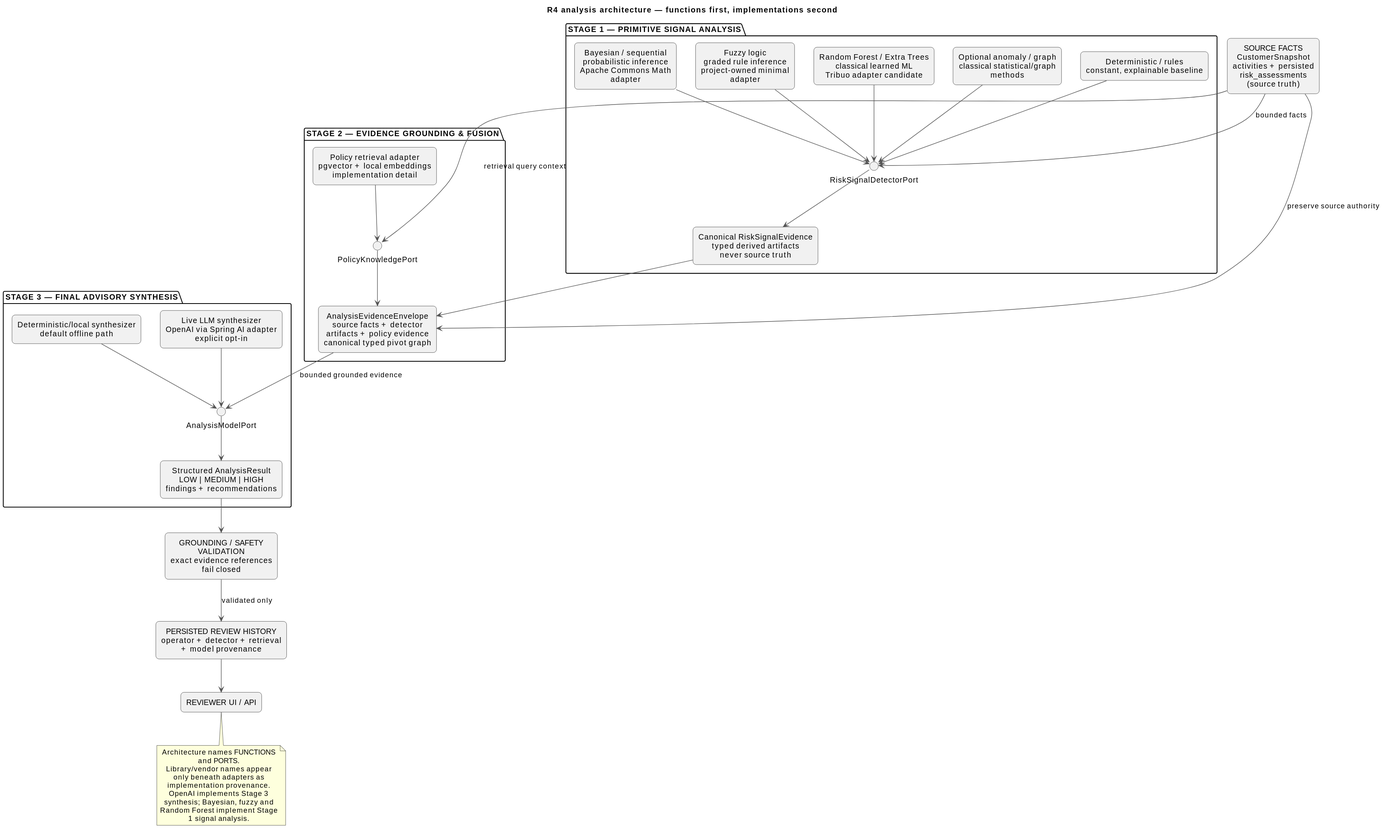
Above: docs/assignment/SDD/diagrams/analysis-functional-stages.svg in jdoe-dev-159753/specgraph-reference-app (PlantUML), before the change. Source of this version:
```plantuml
@startuml
skinparam shadowing false
skinparam componentStyle rectangle
skinparam defaultTextAlignment center
skinparam wrapWidth 220
skinparam maxMessageSize 160
skinparam ArrowColor #555555
skinparam rectangle {
  RoundCorner 12
}

title R4 analysis architecture — functions first, implementations second

rectangle "SOURCE FACTS\nCustomerSnapshot\nactivities + persisted risk_assessments\n(source truth)" as source

package "STAGE 1 — PRIMITIVE SIGNAL ANALYSIS" as stage1 {
  interface "RiskSignalDetectorPort" as detectorPort
  rectangle "Deterministic / rules\nconstant, explainable baseline" as rules
  rectangle "Bayesian / sequential\nprobabilistic inference\nApache Commons Math adapter" as bayes
  rectangle "Fuzzy logic\ngraded rule inference\nproject-owned minimal adapter" as fuzzy
  rectangle "Random Forest / Extra Trees\nclassical learned ML\nTribuo adapter candidate" as forest
  rectangle "Optional anomaly / graph\nclassical statistical/graph methods" as anomaly
  rectangle "Canonical RiskSignalEvidence\ntyped derived artifacts\nnever source truth" as signals

  rules --> detectorPort
  bayes --> detectorPort
  fuzzy --> detectorPort
  forest --> detectorPort
  anomaly --> detectorPort
  detectorPort --> signals
}

package "STAGE 2 — EVIDENCE GROUNDING & FUSION" as stage2 {
  interface "PolicyKnowledgePort" as policyPort
  rectangle "Policy retrieval adapter\npgvector + local embeddings\nimplementation detail" as retrieval
  rectangle "AnalysisEvidenceEnvelope\nsource facts + detector artifacts + policy evidence\ncanonical typed pivot graph" as envelope

  retrieval --> policyPort
  policyPort --> envelope
}

package "STAGE 3 — FINAL ADVISORY SYNTHESIS" as stage3 {
  interface "AnalysisModelPort" as modelPort
  rectangle "Deterministic/local synthesizer\ndefault offline path" as deterministicModel
  rectangle "Live LLM synthesizer\nOpenAI via Spring AI adapter\nexplicit opt-in" as openai
  rectangle "Structured AnalysisResult\nLOW | MEDIUM | HIGH\nfindings + recommendations" as result

  deterministicModel --> modelPort
  openai --> modelPort
  modelPort --> result
}

rectangle "GROUNDING / SAFETY VALIDATION\nexact evidence references\nfail closed" as validator
rectangle "PERSISTED REVIEW HISTORY\noperator + detector + retrieval + model provenance" as history
rectangle "REVIEWER UI / API" as reviewer

source --> detectorPort : bounded facts
source --> envelope : preserve source authority
signals --> envelope
source --> policyPort : retrieval query context
envelope --> modelPort : bounded grounded evidence
result --> validator
validator --> history : validated only
history --> reviewer

note bottom
Architecture names FUNCTIONS and PORTS.
Library/vendor names appear only beneath adapters as implementation provenance.
OpenAI implements Stage 3 synthesis; Bayesian, fuzzy and Random Forest implement Stage 1 signal analysis.
end note
@enduml
```
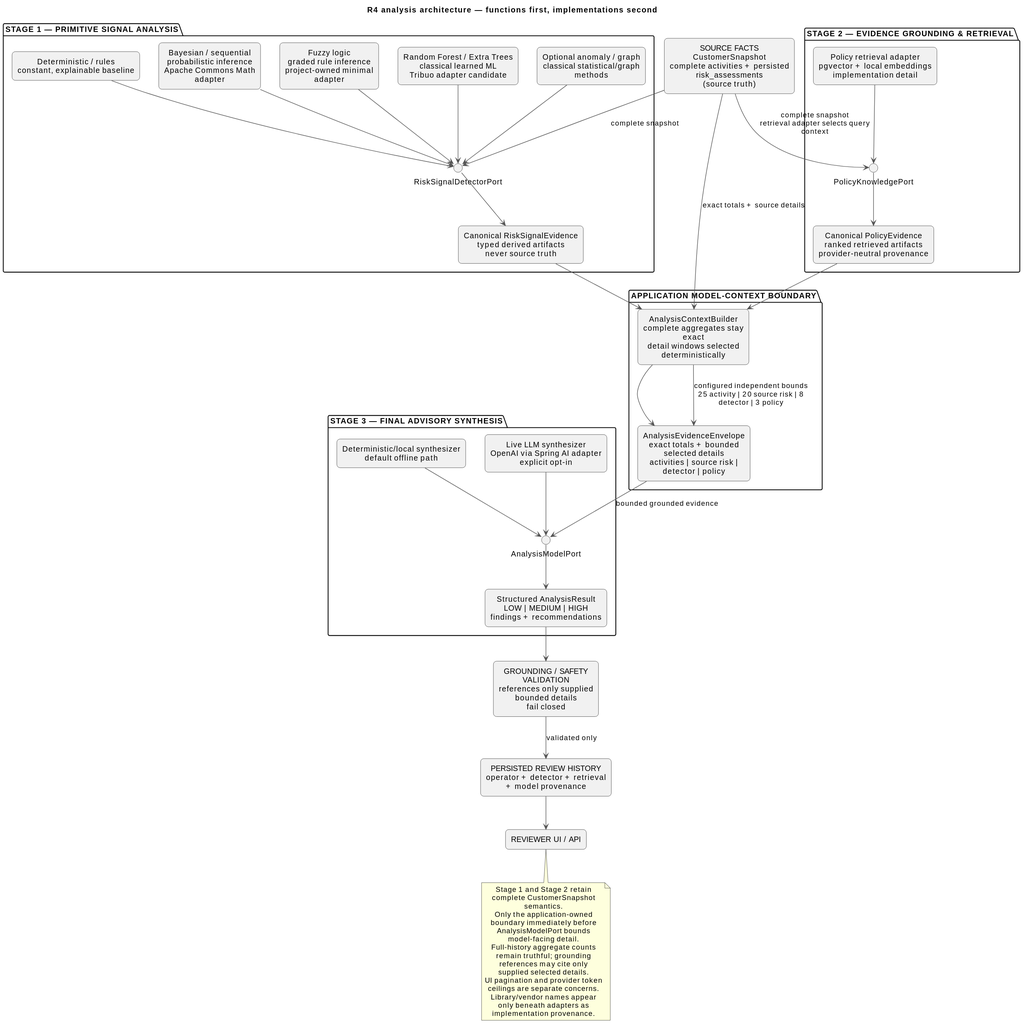
The same diagram one commit later.

Commit message:
docs: regenerate bounded context diagrams

What changed in the source:
```diff
@@ -11,7 +11,7 @@
 
 title R4 analysis architecture — functions first, implementations second
 
-rectangle "SOURCE FACTS\nCustomerSnapshot\nactivities + persisted risk_assessments\n(source truth)" as source
+rectangle "SOURCE FACTS\nCustomerSnapshot\ncomplete activities + persisted risk_assessments\n(source truth)" as source
 
 package "STAGE 1 — PRIMITIVE SIGNAL ANALYSIS" as stage1 {
   interface "RiskSignalDetectorPort" as detectorPort
@@ -30,13 +30,20 @@
   detectorPort --> signals
 }
 
-package "STAGE 2 — EVIDENCE GROUNDING & FUSION" as stage2 {
+package "STAGE 2 — EVIDENCE GROUNDING & RETRIEVAL" as stage2 {
   interface "PolicyKnowledgePort" as policyPort
   rectangle "Policy retrieval adapter\npgvector + local embeddings\nimplementation detail" as retrieval
-  rectangle "AnalysisEvidenceEnvelope\nsource facts + detector artifacts + policy evidence\ncanonical typed pivot graph" as envelope
+  rectangle "Canonical PolicyEvidence\nranked retrieved artifacts\nprovider-neutral provenance" as policies
 
   retrieval --> policyPort
-  policyPort --> envelope
+  policyPort --> policies
+}
+
+package "APPLICATION MODEL-CONTEXT BOUNDARY" as contextBoundary {
+  rectangle "AnalysisContextBuilder\ncomplete aggregates stay exact\ndetail windows selected deterministically" as contextBuilder
+  rectangle "AnalysisEvidenceEnvelope\nexact totals + bounded selected details\nactivities | source risk | detector | policy" as envelope
+
+  contextBuilder --> envelope
 }
 
 package "STAGE 3 — FINAL ADVISORY SYNTHESIS" as stage3 {
@@ -50,22 +57,26 @@
   modelPort --> result
 }
 
-rectangle "GROUNDING / SAFETY VALIDATION\nexact evidence references\nfail closed" as validator
+rectangle "GROUNDING / SAFETY VALIDATION\nreferences only supplied bounded details\nfail closed" as validator
 rectangle "PERSISTED REVIEW HISTORY\noperator + detector + retrieval + model provenance" as history
 rectangle "REVIEWER UI / API" as reviewer
 
-source --> detectorPort : bounded facts
-source --> envelope : preserve source authority
-signals --> envelope
-source --> policyPort : retrieval query context
+source --> detectorPort : complete snapshot
+source --> policyPort : complete snapshot\nretrieval adapter selects query context
+source --> contextBuilder : exact totals + source details
+signals --> contextBuilder
+policies --> contextBuilder
+contextBuilder --> envelope : configured independent bounds\n25 activity | 20 source risk | 8 detector | 3 policy
 envelope --> modelPort : bounded grounded evidence
 result --> validator
 validator --> history : validated only
 history --> reviewer
 
 note bottom
-Architecture names FUNCTIONS and PORTS.
+Stage 1 and Stage 2 retain complete CustomerSnapshot semantics.
+Only the application-owned boundary immediately before AnalysisModelPort bounds model-facing detail.
+Full-history aggregate counts remain truthful; grounding references may cite only supplied selected details.
+UI pagination and provider token ceilings are separate concerns.
 Library/vendor names appear only beneath adapters as implementation provenance.
-OpenAI implements Stage 3 synthesis; Bayesian, fuzzy and Random Forest implement Stage 1 signal analysis.
 end note
 @enduml
```
